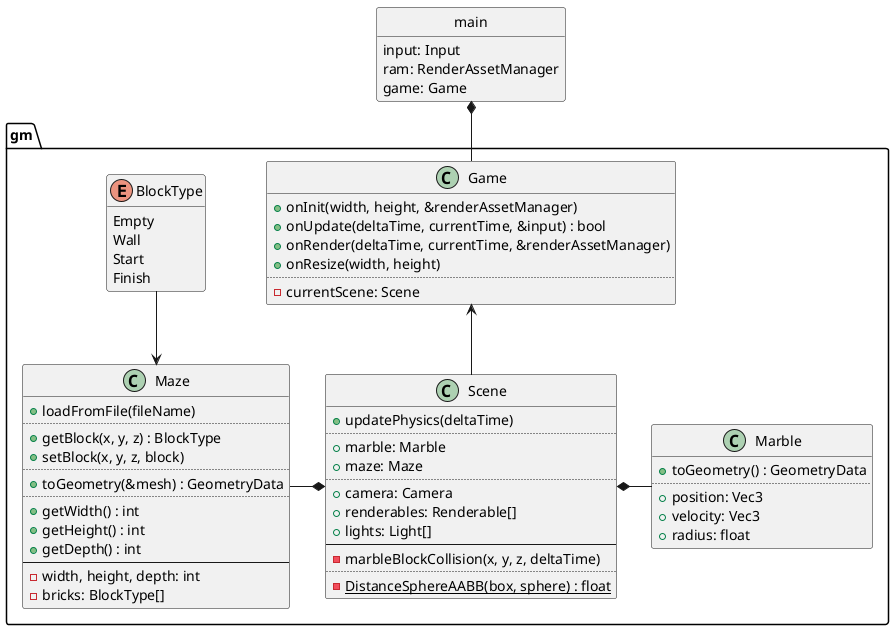
This is design/game.png from ba6er/marblemaze, a PlantUML export, as it was before one commit. Source of this version:
```plantuml
@startuml
set separator ::

class gm::Game {
	+onInit(width, height, &renderAssetManager)
	+onUpdate(deltaTime, currentTime, &input) : bool
	+onRender(deltaTime, currentTime, &renderAssetManager)
	+onResize(width, height)
	..
	-currentScene: Scene
}

class gm::Scene {
	+updatePhysics(deltaTime)
	..
	+marble: Marble
	+maze: Maze
	..
	+camera: Camera
	+renderables: Renderable[]
	+lights: Light[]
	--
	-marbleBlockCollision(x, y, z, deltaTime)
	..
	{static} -DistanceSphereAABB(box, sphere) : float
}

enum gm::BlockType {
	Empty
	Wall
	Start
	Finish
}
hide BlockType methods

class gm::Maze {
	+loadFromFile(fileName)
	..
	+getBlock(x, y, z) : BlockType
	+setBlock(x, y, z, block)
	..
	+toGeometry(&mesh) : GeometryData
	..
	+getWidth() : int
	+getHeight() : int
	+getDepth() : int
	--
	-width, height, depth: int
	-bricks: BlockType[]
}

class gm::Marble {
	+toGeometry() : GeometryData
	..
	+position: Vec3
	+velocity: Vec3
	+radius: float
}

class main {
	input: Input
	ram: RenderAssetManager
	game: Game
}
hide main circle
hide main methods

main *-- Game
Game <-- Scene

Maze <-up- BlockType

Scene *-left- Maze
Scene *-right- Marble

@enduml
```
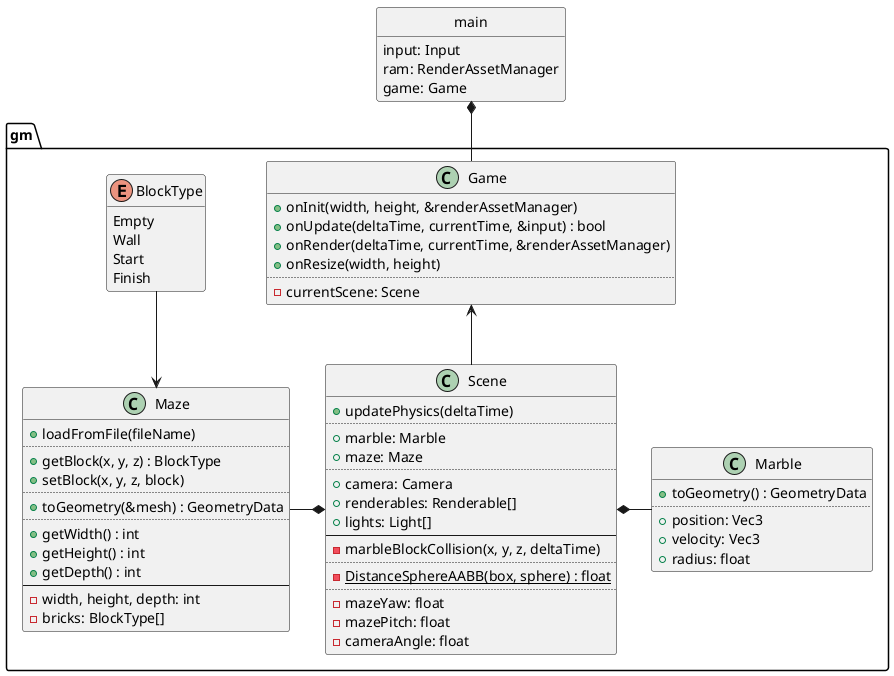
After the commit.

What changed in the source:
```diff
@@ -23,6 +23,10 @@
 	-marbleBlockCollision(x, y, z, deltaTime)
 	..
 	{static} -DistanceSphereAABB(box, sphere) : float
+	..
+	-mazeYaw: float
+	-mazePitch: float
+	-cameraAngle: float
 }
 
 enum gm::BlockType {
```
